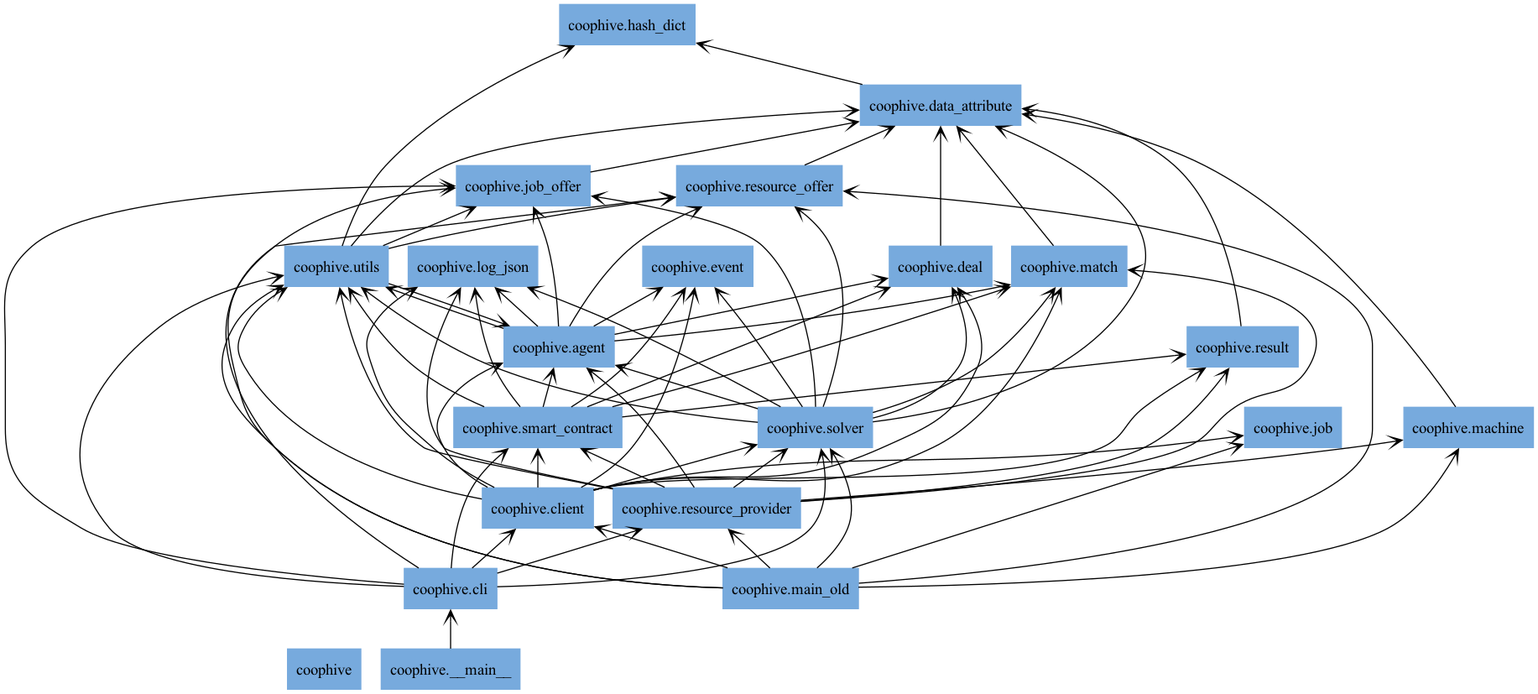
This is docs/img/packages_coophive.png from CoopHive/Apiary, a Graphviz export, as it was before one commit. Its source is kept beside it as docs/img/packages_coophive.dot.
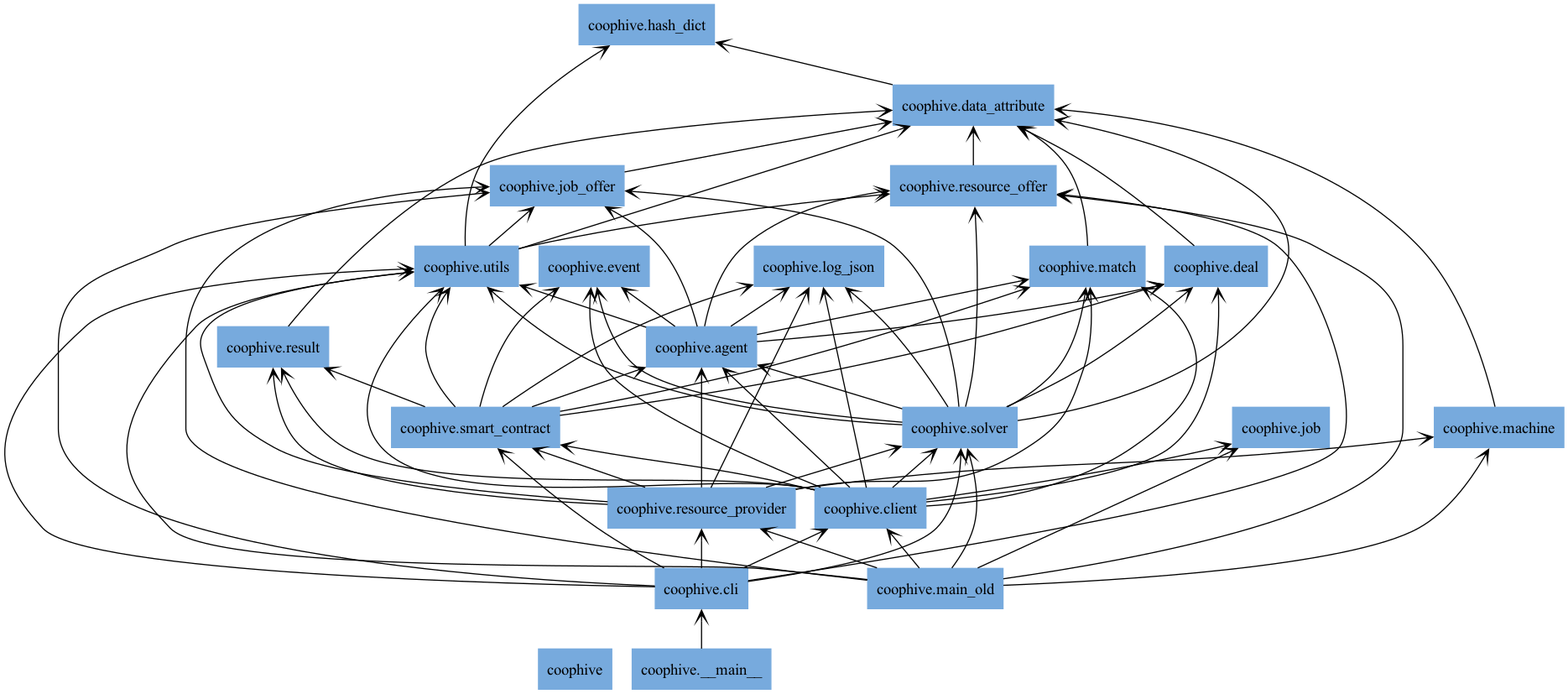
After the change.

Commit message:
fix: utils dependency

Diff of the diagram source:
```diff
@@ -86,7 +86,6 @@
 "coophive.solver" -> "coophive.match" [arrowhead="open", arrowtail="none"];
 "coophive.solver" -> "coophive.resource_offer" [arrowhead="open", arrowtail="none"];
 "coophive.solver" -> "coophive.utils" [arrowhead="open", arrowtail="none"];
-"coophive.utils" -> "coophive.agent" [arrowhead="open", arrowtail="none"];
 "coophive.utils" -> "coophive.data_attribute" [arrowhead="open", arrowtail="none"];
 "coophive.utils" -> "coophive.hash_dict" [arrowhead="open", arrowtail="none"];
 "coophive.utils" -> "coophive.job_offer" [arrowhead="open", arrowtail="none"];
```
